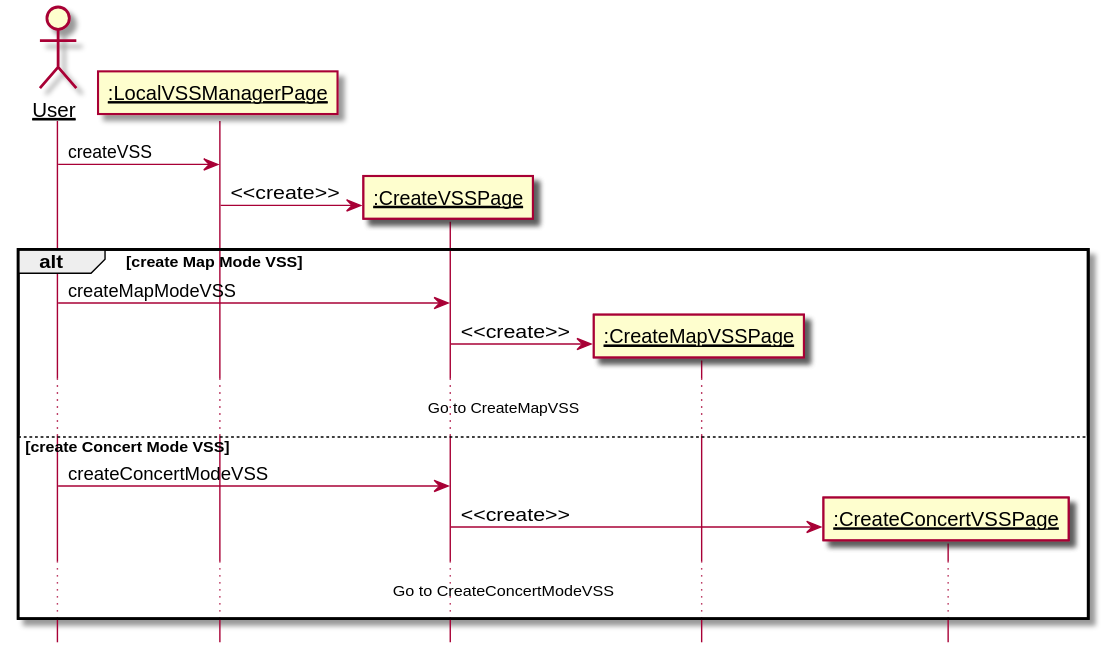
kpp19920121/doc keeps this PlantUML diagram as 设计/Diagrams/CreateVSS.svg. Above is the earlier version. Its diagram source:
```plantuml
@startuml Diagrams/CreateVSS
hide footbox
skinparam sequenceParticipant underline

actor User as user
participant ":LocalVSSManagerPage" as manage
participant ":CreateVSSPage" as page
participant ":CreateMapVSSPage" as map
participant ":CreateConcertVSSPage" as concert

user -> manage: createVSS
create page
manage -> page: <<create>>
alt create Map Mode VSS
    user -> page: createMapModeVSS
    create map
    page -> map: <<create>>
    ...Go to CreateMapVSS...
else create Concert Mode VSS
    user -> page: createConcertModeVSS
    create concert
    page -> concert: <<create>>
    ...Go to CreateConcertModeVSS...
end

@enduml
```
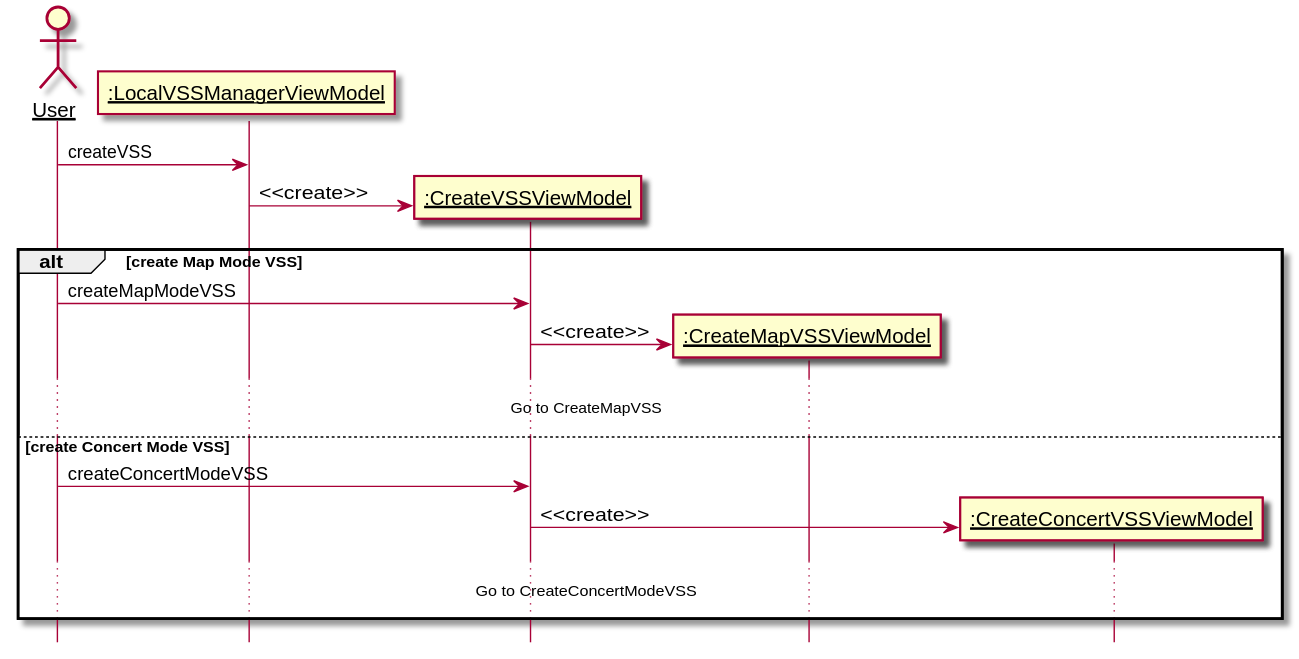
After the commit.

The edit, as a diff of the source:
```diff
@@ -3,10 +3,10 @@
 skinparam sequenceParticipant underline
 
 actor User as user
-participant ":LocalVSSManagerPage" as manage
-participant ":CreateVSSPage" as page
-participant ":CreateMapVSSPage" as map
-participant ":CreateConcertVSSPage" as concert
+participant ":LocalVSSManagerViewModel" as manage
+participant ":CreateVSSViewModel" as page
+participant ":CreateMapVSSViewModel" as map
+participant ":CreateConcertVSSViewModel" as concert
 
 user -> manage: createVSS
 create page
```
